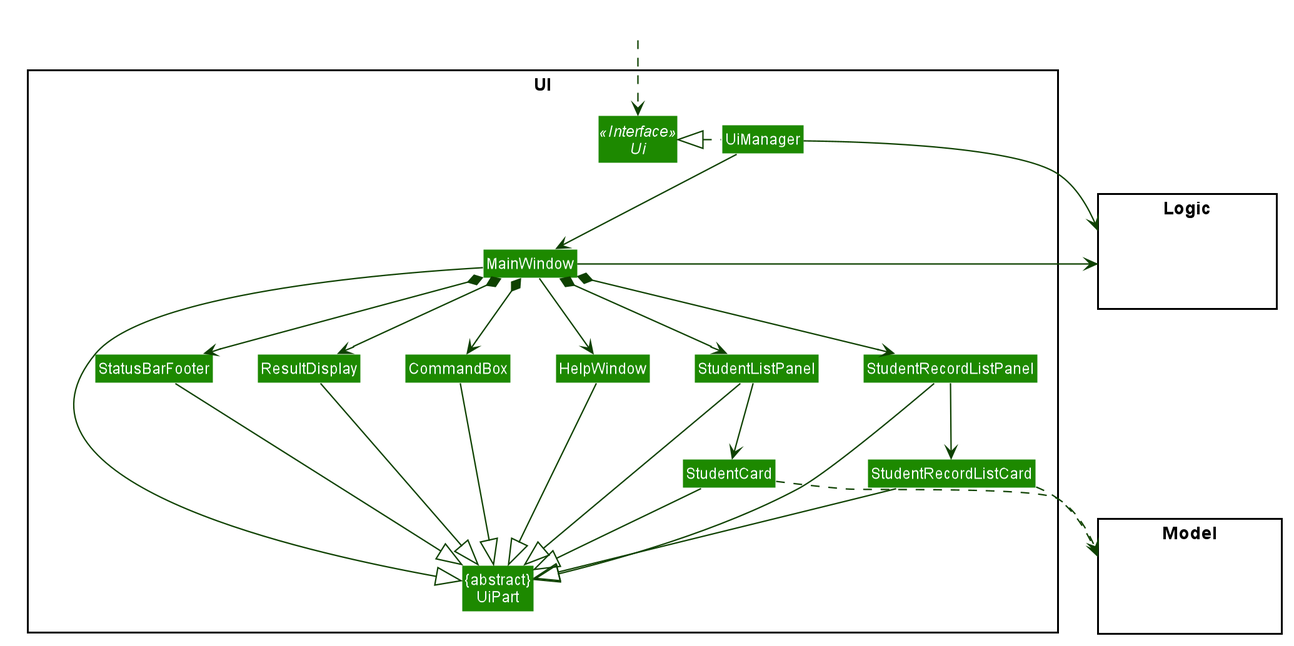
Above: docs/images/UpdatedUiClassDiagram.png in nus-cs2103-AY2021S1/tp (PlantUML), before the change.
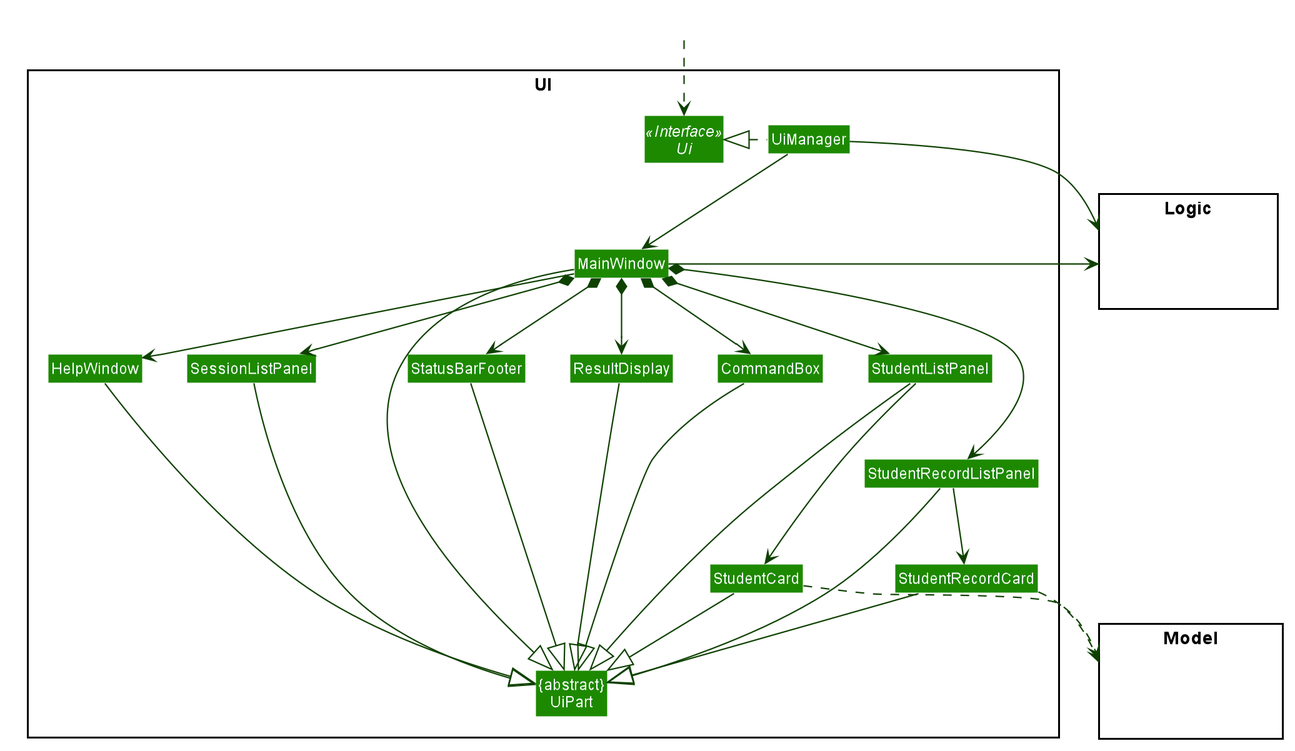
The same diagram one commit later.

Diff of the diagram source:
```diff
@@ -59,9 +59,10 @@
 Class HelpWindow
 Class ResultDisplay
 Class StudentListPanel
+Class StudentRecordListPanel
+Class SessionListPanel
 Class StudentCard
-Class StudentRecordListPanel
-Class StudentRecordListCard
+Class StudentRecordCard
 Class StatusBarFooter
 Class CommandBox
 }
@@ -84,34 +85,37 @@
 MainWindow *-down-> ResultDisplay
 MainWindow *-down-> StudentListPanel
 MainWindow *-down-> StudentRecordListPanel
+MainWindow *-down-> SessionListPanel
 MainWindow *-down-> StatusBarFooter
 
-StudentListPanel -down-> StudentCard
-StudentRecordListPanel -down-> StudentRecordListCard
+StudentListPanel --down-> StudentCard
+StudentRecordListPanel -down-> StudentRecordCard
 
 MainWindow -left-|> UiPart
 
 ResultDisplay --|> UiPart
 CommandBox --|> UiPart
 StudentListPanel --|> UiPart
+StudentRecordListPanel --|> UiPart
+SessionListPanel --|> UiPart
 StudentCard --|> UiPart
-StudentRecordListPanel --|> UiPart
-StudentRecordListCard --|> UiPart
+StudentRecordCard --|> UiPart
 StatusBarFooter --|> UiPart
 HelpWindow -down-|> UiPart
 
 StudentCard ..> Model
-StudentRecordListCard ..> Model
+StudentRecordCard ..> Model
 UiManager -right-> Logic
 MainWindow -left-> Logic
 
-StudentRecordListPanel -[hidden]left- StudentListPanel
-StudentListPanel -[hidden]left- HelpWindow
+
+StudentListPanel -[hidden]left- SessionListPanel
+SessionListPanel -[hidden]left- HelpWindow
 HelpWindow -[hidden]left- CommandBox
 CommandBox -[hidden]left- ResultDisplay
 ResultDisplay -[hidden]left- StatusBarFooter
 
-StudentRecordListCard -[hidden]left- StudentCard
+
 
 MainWindow -[hidden]-|> UiPart
 @enduml
```
